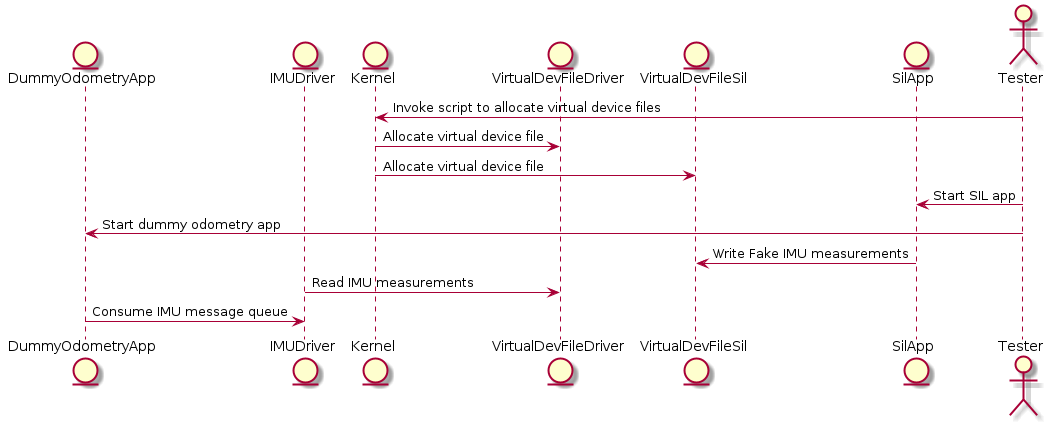
Earlier version of the PlantUML export documentation/requirements_engineering/diagrams/software_in_the_loop.png (renn0xtek9/assignment).
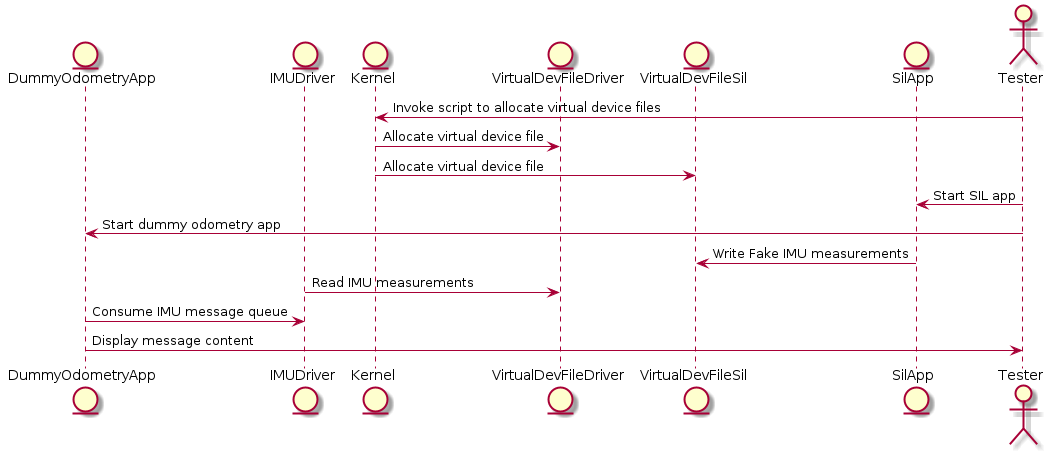
After the change.

What changed in the source:
```diff
@@ -25,5 +25,7 @@
 
 DummyOdometryApp -> IMUDriver: Consume IMU message queue
 
+DummyOdometryApp -> Tester: Display message content
+
 
 @enduml
```
